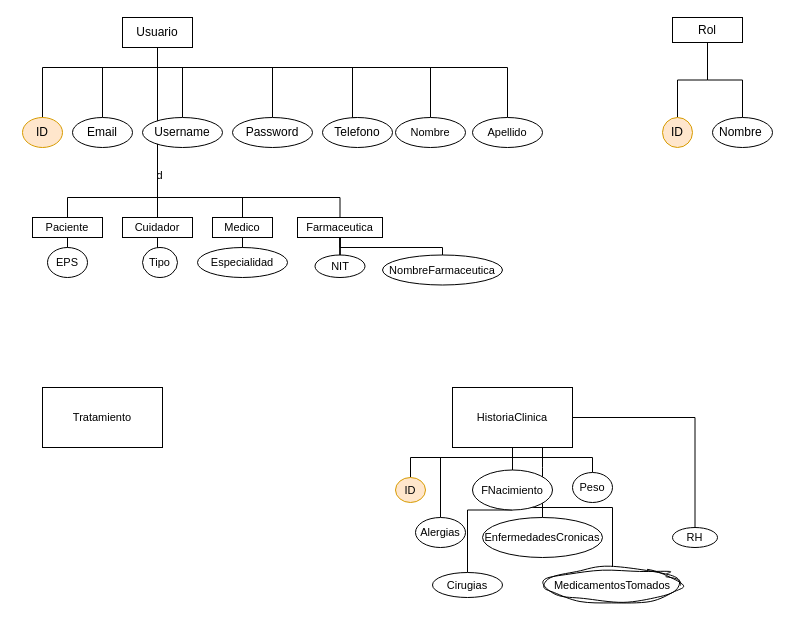
Earlier version of the draw.io diagram MER MedTrack.drawio (jhosebro/Bases-de-datos). Source tidied: cells renumbered, new cells numbered last; positions are measured from the earlier drawing's top-left corner, leaving out a move shared by most shapes. Both pictures are drawn from the tidied source at 100%, with x=0, y=0 at pixel (22, 17).
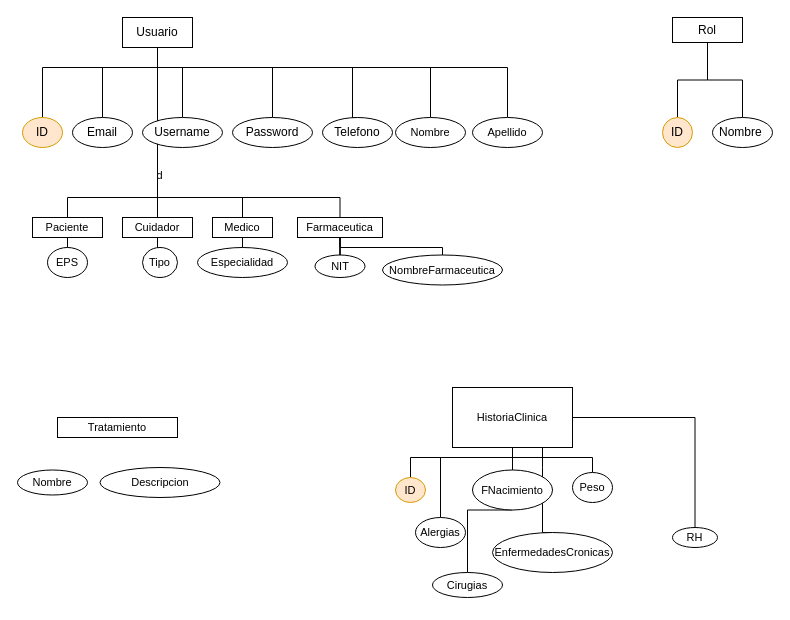
The same page after the edit.

Unchanged cells that the change refers to:
```xml
<mxCell id="41" value="HistoriaClinica" style="rounded=0;whiteSpace=wrap;html=1;fontFamily=Helvetica;fontSize=11;fontColor=default;" parent="1" vertex="1">
  <mxGeometry x="430" y="370" width="120" height="60" as="geometry" />
</mxCell>
```

Change to the diagram source:
```diff
@@
-    <mxCell id="39" style="edgeStyle=orthogonalEdgeStyle;shape=connector;rounded=0;jettySize=auto;html=1;entryX=0.5;entryY=0;entryDx=0;entryDy=0;labelBackgroundColor=default;strokeColor=default;align=center;verticalAlign=middle;fontFamily=Helvetica;fontSize=11;fontColor=default;endArrow=none;endFill=0;" parent="1" edge="1" source="41" target="49">
-      <mxGeometry relative="1" as="geometry" />
-    </mxCell>
@@
     <mxCell id="47" value="EnfermedadesCronicas" style="ellipse;whiteSpace=wrap;html=1;fontFamily=Helvetica;fontSize=11;fontColor=default;" parent="1" vertex="1">
-      <mxGeometry x="460" y="500" width="120" height="40" as="geometry" />
+      <mxGeometry x="470" y="515" width="120" height="40" as="geometry" />
     </mxCell>
@@
-    <mxCell id="49" value="MedicamentosTomados" style="ellipse;whiteSpace=wrap;html=1;fontFamily=Helvetica;fontSize=11;fontColor=default;shadow=0;sketch=1;curveFitting=1;jiggle=2;" parent="1" vertex="1">
-      <mxGeometry x="520" y="550" width="140" height="35" as="geometry" />
-    </mxCell>
@@
     <mxCell id="59" value="Tratamiento" style="rounded=0;whiteSpace=wrap;html=1;fontFamily=Helvetica;fontSize=11;fontColor=default;" parent="1" vertex="1">
-      <mxGeometry x="20" y="370" width="120" height="60" as="geometry" />
+      <mxGeometry x="35" y="400" width="120" height="20" as="geometry" />
     </mxCell>
+    <mxCell id="60" value="Nombre" style="ellipse;whiteSpace=wrap;html=1;fontFamily=Helvetica;fontSize=11;fontColor=default;" parent="1" vertex="1">
+      <mxGeometry x="-5" y="452.5" width="70" height="25" as="geometry" />
+    </mxCell>
+    <mxCell id="61" value="Descripcion" style="ellipse;whiteSpace=wrap;html=1;fontFamily=Helvetica;fontSize=11;fontColor=default;" parent="1" vertex="1">
+      <mxGeometry x="77.5" y="450" width="120" height="30" as="geometry" />
+    </mxCell>
```
